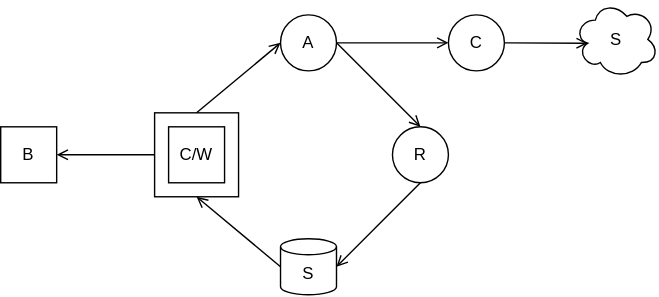
Before: React-redux.drawio.svg, a diagram exported from draw.io (spamfro/ADR). Source tidied: cells renumbered, new cells last; positions are measured from the earlier drawing's top-left corner, leaving out a move shared by most shapes.
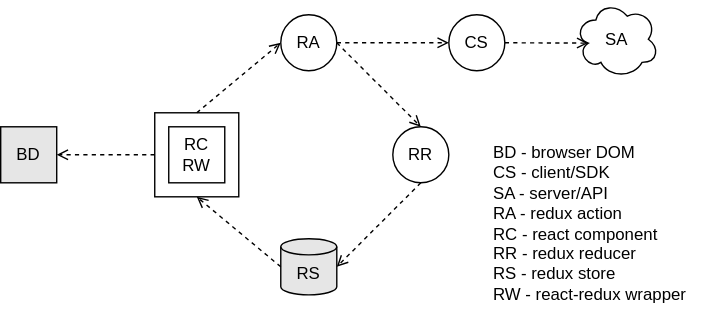
The same file after the commit.

The edit, as a diff of the source:
```diff
@@ -2,19 +2,19 @@
   <root>
     <mxCell id="0" />
     <mxCell id="1" parent="0" />
-    <mxCell id="2" value="A" style="ellipse;whiteSpace=wrap;html=1;" parent="1" vertex="1">
+    <mxCell id="2" value="RA" style="ellipse;whiteSpace=wrap;html=1;" parent="1" vertex="1">
       <mxGeometry x="200" y="10" width="40" height="40" as="geometry" />
     </mxCell>
-    <mxCell id="3" value="R" style="ellipse;whiteSpace=wrap;html=1;" parent="1" vertex="1">
+    <mxCell id="3" value="RR" style="ellipse;whiteSpace=wrap;html=1;" parent="1" vertex="1">
       <mxGeometry x="280" y="90" width="40" height="40" as="geometry" />
     </mxCell>
-    <mxCell id="4" value="C" style="ellipse;whiteSpace=wrap;html=1;" parent="1" vertex="1">
+    <mxCell id="4" value="CS" style="ellipse;whiteSpace=wrap;html=1;" parent="1" vertex="1">
       <mxGeometry x="320" y="10" width="40" height="40" as="geometry" />
     </mxCell>
-    <mxCell id="5" value="S" style="ellipse;shape=cloud;whiteSpace=wrap;html=1;" parent="1" vertex="1">
+    <mxCell id="5" value="SA" style="ellipse;shape=cloud;whiteSpace=wrap;html=1;" parent="1" vertex="1">
       <mxGeometry x="410" width="60" height="55" as="geometry" />
     </mxCell>
-    <mxCell id="6" value="S" style="shape=cylinder3;whiteSpace=wrap;html=1;boundedLbl=1;backgroundOutline=1;size=5.713286713286692;" parent="1" vertex="1">
+    <mxCell id="6" value="RS" style="shape=cylinder3;whiteSpace=wrap;html=1;boundedLbl=1;backgroundOutline=1;size=5.713286713286692;fillColor=#E6E6E6;" parent="1" vertex="1">
       <mxGeometry x="200" y="170" width="40" height="40" as="geometry" />
     </mxCell>
     <mxCell id="7" style="group;" parent="1" vertex="1">
@@ -23,32 +23,35 @@
     <mxCell id="8" style="whiteSpace=wrap;html=1;comic=0;" parent="7" vertex="1">
       <mxGeometry width="60" height="60" as="geometry" />
     </mxCell>
-    <mxCell id="9" value="C/W" style="whiteSpace=wrap;html=1;" parent="7" vertex="1">
+    <mxCell id="9" value="RC&lt;br&gt;RW" style="whiteSpace=wrap;html=1;" parent="7" vertex="1">
       <mxGeometry x="10" y="10" width="40" height="40" as="geometry" />
     </mxCell>
-    <mxCell id="10" value="B" style="whiteSpace=wrap;html=1;comic=0;" parent="1" vertex="1">
+    <mxCell id="10" value="BD" style="whiteSpace=wrap;html=1;comic=0;fillColor=#E6E6E6;fillStyle=solid;" parent="1" vertex="1">
       <mxGeometry y="90" width="40" height="40" as="geometry" />
     </mxCell>
-    <mxCell id="11" style="endArrow=open;html=1;rounded=0;exitX=0.5;exitY=0;exitDx=0;exitDy=0;entryX=0;entryY=0.5;entryDx=0;entryDy=0;endFill=0;strokeWidth=1;" parent="1" edge="1" source="8" target="2">
+    <mxCell id="11" style="endArrow=open;html=1;rounded=0;exitX=0.5;exitY=0;exitDx=0;exitDy=0;entryX=0;entryY=0.5;entryDx=0;entryDy=0;endFill=0;strokeWidth=1;dashed=1;" parent="1" edge="1" source="8" target="2">
       <mxGeometry relative="1" as="geometry" />
     </mxCell>
-    <mxCell id="12" style="endArrow=open;html=1;rounded=0;exitX=1;exitY=0.5;exitDx=0;exitDy=0;entryX=0.5;entryY=0;entryDx=0;entryDy=0;endFill=0;strokeWidth=1;" parent="1" edge="1" source="2" target="3">
+    <mxCell id="12" style="endArrow=open;html=1;rounded=0;exitX=1;exitY=0.5;exitDx=0;exitDy=0;entryX=0.5;entryY=0;entryDx=0;entryDy=0;endFill=0;strokeWidth=1;dashed=1;" parent="1" edge="1" source="2" target="3">
       <mxGeometry relative="1" as="geometry" />
     </mxCell>
-    <mxCell id="13" style="endArrow=open;html=1;rounded=0;exitX=0.5;exitY=1;exitDx=0;exitDy=0;endFill=0;strokeWidth=1;entryX=1;entryY=0.5;entryDx=0;entryDy=0;entryPerimeter=0;" parent="1" edge="1" source="3" target="6">
+    <mxCell id="13" style="endArrow=open;html=1;rounded=0;exitX=0.5;exitY=1;exitDx=0;exitDy=0;endFill=0;strokeWidth=1;entryX=1;entryY=0.5;entryDx=0;entryDy=0;entryPerimeter=0;dashed=1;" parent="1" edge="1" source="3" target="6">
       <mxGeometry relative="1" as="geometry" />
     </mxCell>
-    <mxCell id="14" style="endArrow=open;html=1;rounded=0;exitX=0;exitY=0.5;exitDx=0;exitDy=0;endFill=0;strokeWidth=1;entryX=0.5;entryY=1;entryDx=0;entryDy=0;exitPerimeter=0;" parent="1" edge="1" source="6" target="8">
+    <mxCell id="14" style="endArrow=open;html=1;rounded=0;exitX=0;exitY=0.5;exitDx=0;exitDy=0;endFill=0;strokeWidth=1;entryX=0.5;entryY=1;entryDx=0;entryDy=0;exitPerimeter=0;dashed=1;" parent="1" edge="1" source="6" target="8">
       <mxGeometry relative="1" as="geometry" />
     </mxCell>
-    <mxCell id="15" style="endArrow=open;html=1;rounded=0;endFill=0;strokeWidth=1;entryX=0;entryY=0.5;entryDx=0;entryDy=0;exitX=1;exitY=0.5;exitDx=0;exitDy=0;" parent="1" edge="1" source="2" target="4">
+    <mxCell id="15" style="endArrow=open;html=1;rounded=0;endFill=0;strokeWidth=1;entryX=0;entryY=0.5;entryDx=0;entryDy=0;exitX=1;exitY=0.5;exitDx=0;exitDy=0;dashed=1;" parent="1" edge="1" source="2" target="4">
       <mxGeometry relative="1" as="geometry" />
     </mxCell>
-    <mxCell id="16" style="endArrow=open;html=1;rounded=0;endFill=0;strokeWidth=1;exitX=1;exitY=0.5;exitDx=0;exitDy=0;entryX=0.16;entryY=0.55;entryDx=0;entryDy=0;entryPerimeter=0;" parent="1" edge="1" source="4" target="5">
+    <mxCell id="16" style="endArrow=open;html=1;rounded=0;endFill=0;strokeWidth=1;exitX=1;exitY=0.5;exitDx=0;exitDy=0;entryX=0.16;entryY=0.55;entryDx=0;entryDy=0;entryPerimeter=0;dashed=1;" parent="1" edge="1" source="4" target="5">
       <mxGeometry relative="1" as="geometry" />
     </mxCell>
-    <mxCell id="17" style="endArrow=open;html=1;rounded=0;exitX=0;exitY=0.5;exitDx=0;exitDy=0;entryX=1;entryY=0.5;entryDx=0;entryDy=0;endFill=0;strokeWidth=1;" parent="1" edge="1" source="8" target="10">
+    <mxCell id="17" style="endArrow=open;html=1;rounded=0;exitX=0;exitY=0.5;exitDx=0;exitDy=0;entryX=1;entryY=0.5;entryDx=0;entryDy=0;endFill=0;strokeWidth=1;dashed=1;" parent="1" edge="1" source="8" target="10">
       <mxGeometry relative="1" as="geometry" />
     </mxCell>
+    <mxCell id="18" value="BD - browser DOM&lt;br&gt;CS - client/SDK&lt;br&gt;SA - server/API&lt;br&gt;RA - redux action&lt;br&gt;RC -&amp;nbsp;react component&lt;br&gt;RR - redux reducer&lt;br&gt;RS - redux store&lt;br&gt;RW - react-redux wrapper" style="text;html=1;align=left;verticalAlign=top;strokeColor=none;fillColor=none;" parent="1" vertex="1">
+      <mxGeometry x="350" y="95" width="160" height="130" as="geometry" />
+    </mxCell>
   </root>
 </mxGraphModel>
```
